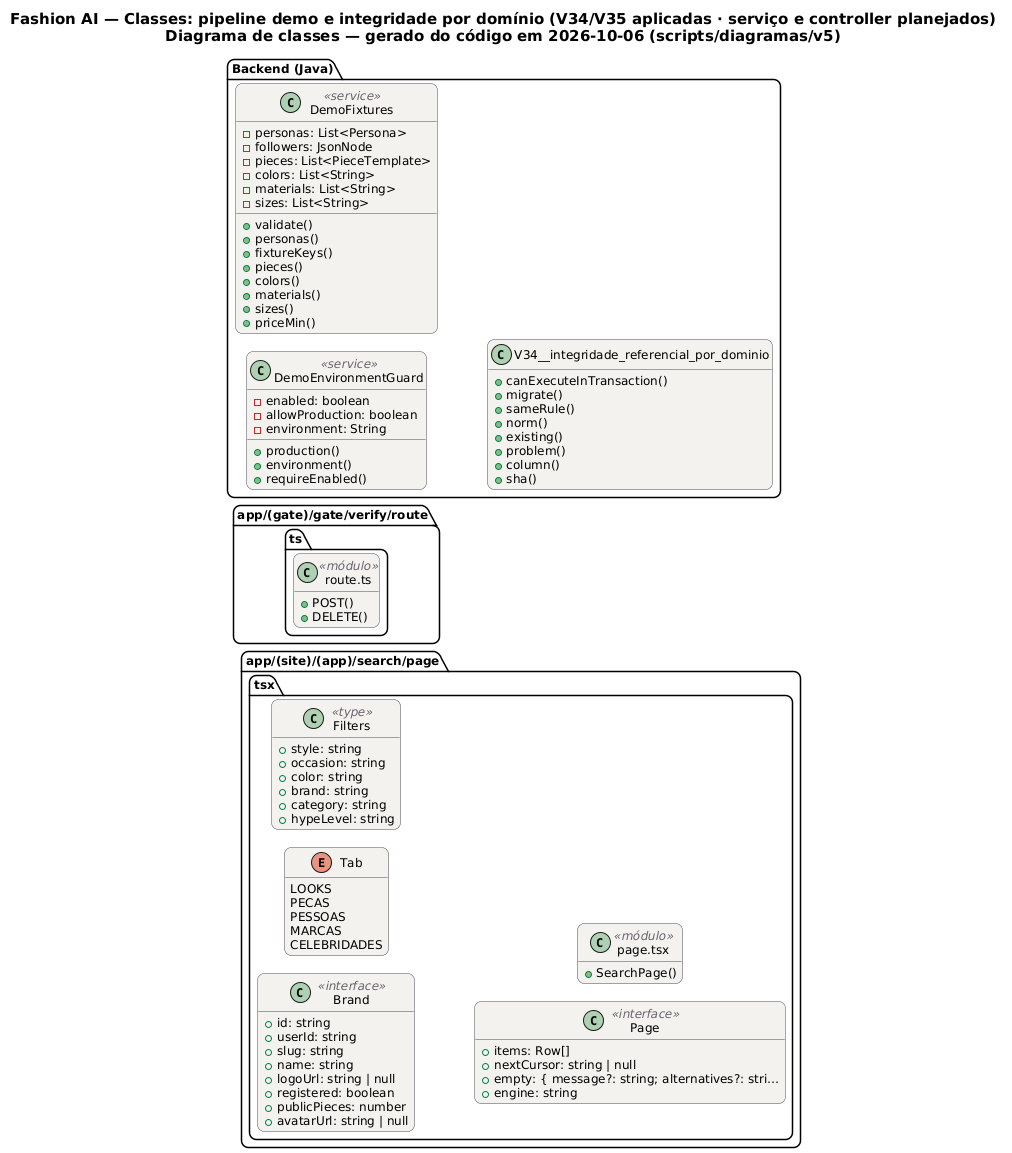
Above: docs/diagramas/dados-demo/DEMO_Classes.png in MatheusHaliski/tcc-2026-fashion-ai-backend (PlantUML), before the change. The source it was exported from:
```plantuml
@startuml DEMO_Classes
!pragma layout smetana
skinparam backgroundColor #FFFFFF
skinparam shadowing false
skinparam defaultFontName "DejaVu Sans"
skinparam defaultFontSize 12
skinparam titleFontSize 15
skinparam roundcorner 14
skinparam ArrowColor #52606D
skinparam note {
  BackgroundColor #FFFDEB
  BorderColor #D8CE78
  FontColor #554F24
}
skinparam class {
  BackgroundColor #F4F2EF
  BorderColor #4A4852
  ArrowColor #4A4852
  StereotypeFontColor #6B6470
}
hide empty members
left to right direction
title Fashion AI — Classes: pipeline demo e integridade por domínio (V34/V35 aplicadas · serviço e controller planejados)\nDiagrama de classes — gerado do código em 2026-10-06 (scripts/diagramas/v5)

package "app/(site)/(app)/search/page.tsx" {
  class Brand as "Brand" <<interface>> {
    +id: string
    +userId: string
    +slug: string
    +name: string
    +logoUrl: string | null
    +registered: boolean
    +publicPieces: number
    +avatarUrl: string | null
  }
  enum Tab as "Tab" {
    LOOKS
    PECAS
    PESSOAS
    MARCAS
    CELEBRIDADES
  }
  class Filters as "Filters" <<type>> {
    +style: string
    +occasion: string
    +color: string
    +brand: string
    +category: string
    +hypeLevel: string
  }
  class Page as "Page" <<interface>> {
    +items: Row[]
    +nextCursor: string | null
    +empty: { message?: string; alternatives?: stri…
    +engine: string
  }
  class mod_page_tsx as "page.tsx" <<módulo>> {
    +SearchPage()
  }
}
package "app/(gate)/gate/verify/route.ts" {
  class mod_route_ts as "route.ts" <<módulo>> {
    +POST()
    +DELETE()
  }
}
package "Backend (Java)" {
  class DemoEnvironmentGuard <<service>> {
    -enabled: boolean
    -allowProduction: boolean
    -environment: String
    +production()
    +environment()
    +requireEnabled()
  }
  class DemoFixtures <<service>> {
    -personas: List<Persona>
    -followers: JsonNode
    -pieces: List<PieceTemplate>
    -colors: List<String>
    -materials: List<String>
    -sizes: List<String>
    +validate()
    +personas()
    +fixtureKeys()
    +pieces()
    +colors()
    +materials()
    +sizes()
    +priceMin()
  }
  class V34__integridade_referencial_por_dominio  {
    +canExecuteInTransaction()
    +migrate()
    +sameRule()
    +norm()
    +existing()
    +problem()
    +column()
    +sha()
  }
}
@enduml
```
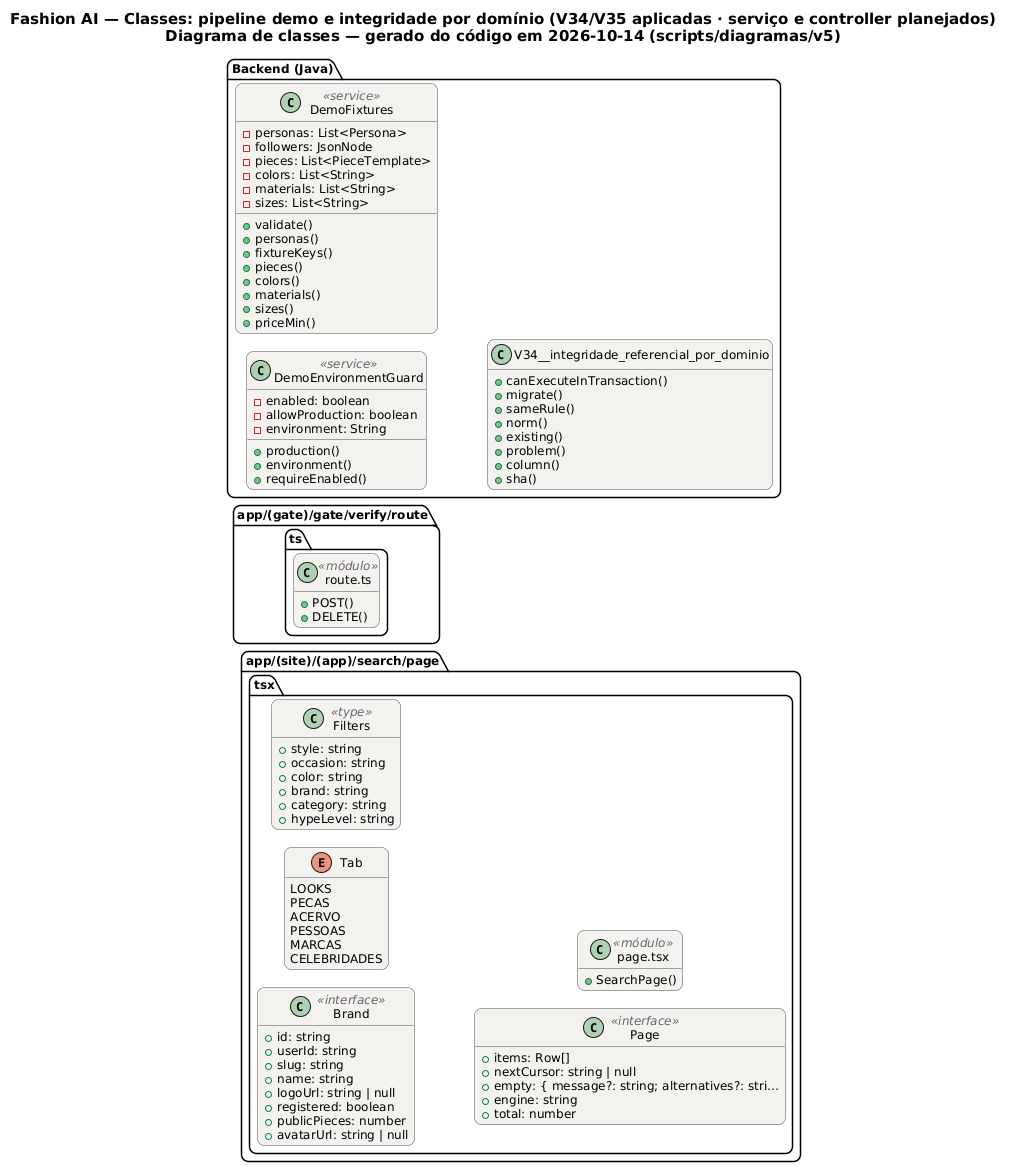
The same diagram one commit later.

What changed in the source:
```diff
@@ -20,7 +20,7 @@
 }
 hide empty members
 left to right direction
-title Fashion AI — Classes: pipeline demo e integridade por domínio (V34/V35 aplicadas · serviço e controller planejados)\nDiagrama de classes — gerado do código em 2026-10-06 (scripts/diagramas/v5)
+title Fashion AI — Classes: pipeline demo e integridade por domínio (V34/V35 aplicadas · serviço e controller planejados)\nDiagrama de classes — gerado do código em 2026-10-14 (scripts/diagramas/v5)
 
 package "app/(site)/(app)/search/page.tsx" {
   class Brand as "Brand" <<interface>> {
@@ -36,6 +36,7 @@
   enum Tab as "Tab" {
     LOOKS
     PECAS
+    ACERVO
     PESSOAS
     MARCAS
     CELEBRIDADES
@@ -53,6 +54,7 @@
     +nextCursor: string | null
     +empty: { message?: string; alternatives?: stri…
     +engine: string
+    +total: number
   }
   class mod_page_tsx as "page.tsx" <<módulo>> {
     +SearchPage()
```
